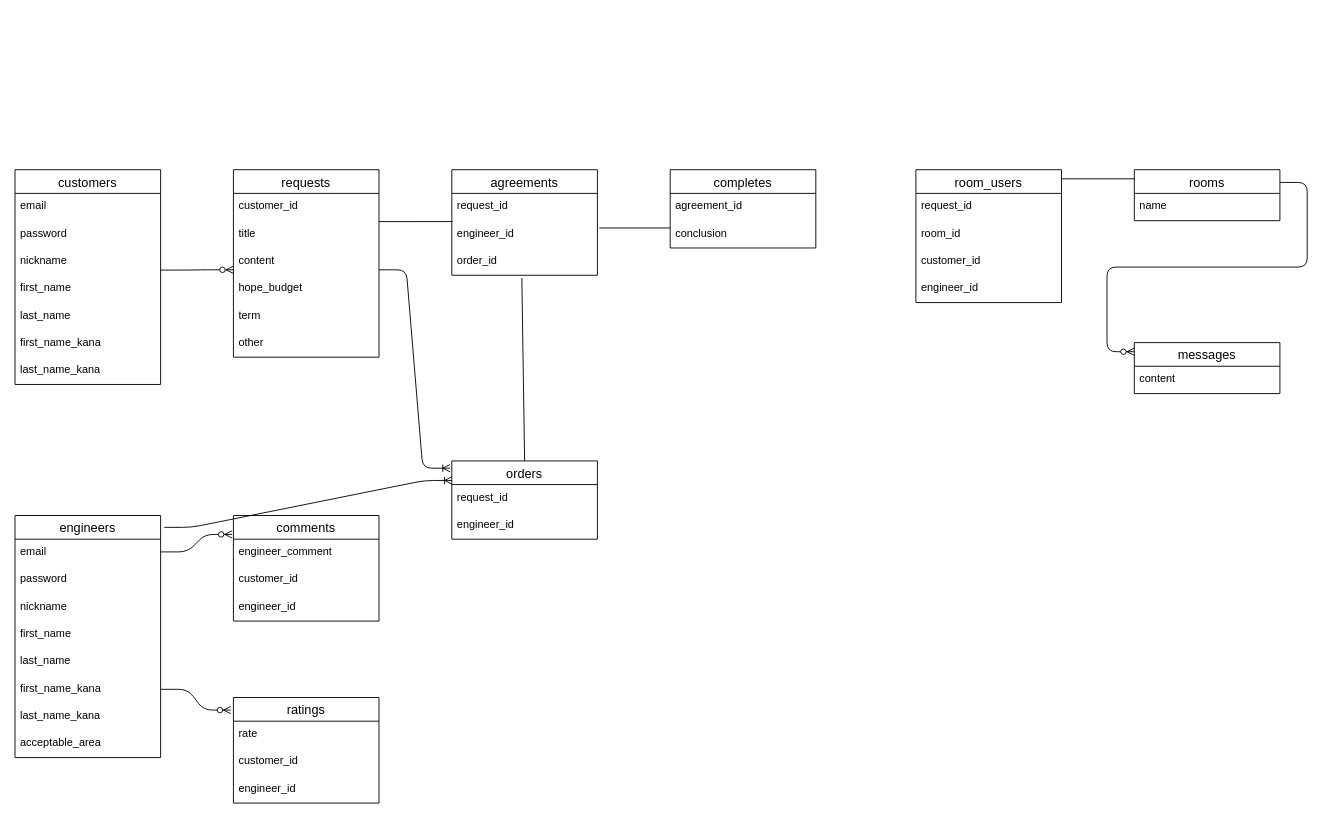
ikun2019/exece_bridge keeps this draw.io diagram as er.dio. Above is the earlier version. Source tidied: cells renumbered, new cells numbered last; positions are measured from the earlier drawing's top-left corner, leaving out a move shared by most shapes. Both pictures are drawn from the tidied source at 91%, with x=0, y=0 at pixel (15, 169).
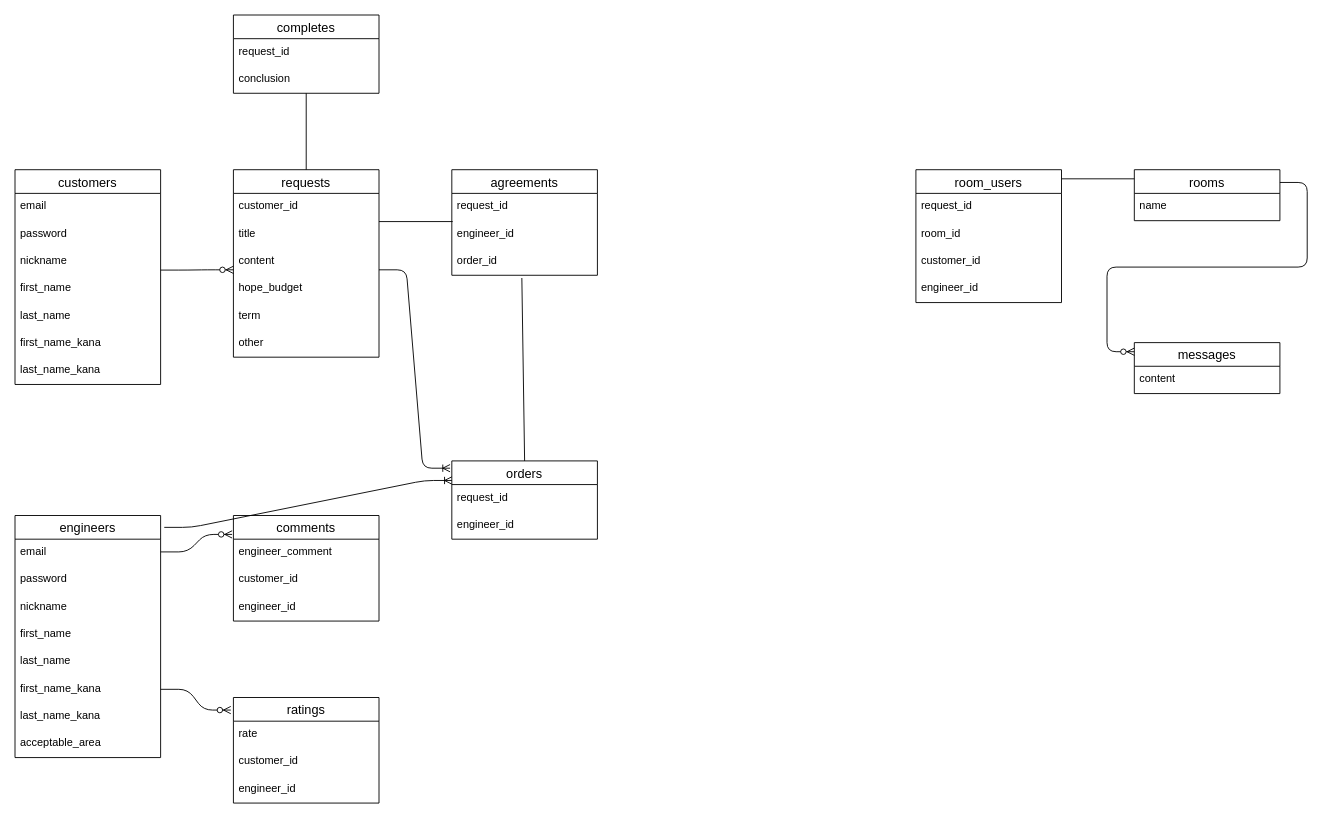
After the change.

Unchanged cells that the change refers to:
```xml
<mxCell id="29" value="requests" style="swimlane;fontStyle=0;horizontal=1;startSize=26;align=center;fontSize=14;" parent="1" vertex="1">
  <mxGeometry x="240" width="160" height="206" as="geometry" />
</mxCell>
<mxCell id="59" value="conclusion" style="text;strokeColor=none;fillColor=none;spacingLeft=4;spacingRight=4;overflow=hidden;points=[[0,0.5],[1,0.5]];portConstraint=eastwest;fontSize=12;" parent="57" vertex="1">
  <mxGeometry y="56" width="160" height="30" as="geometry" />
</mxCell>
```

Change to the diagram source:
```diff
@@
     <mxCell id="57" value="completes" style="swimlane;fontStyle=0;horizontal=1;startSize=26;align=center;fontSize=14;" parent="1" vertex="1">
-      <mxGeometry x="720" width="160" height="86" as="geometry" />
+      <mxGeometry x="240" y="-170" width="160" height="86" as="geometry" />
     </mxCell>
-    <mxCell id="58" value="agreement_id" style="text;strokeColor=none;fillColor=none;spacingLeft=4;spacingRight=4;overflow=hidden;fontSize=12;" parent="57" vertex="1">
+    <mxCell id="58" value="request_id" style="text;strokeColor=none;fillColor=none;spacingLeft=4;spacingRight=4;overflow=hidden;fontSize=12;" parent="57" vertex="1">
       <mxGeometry y="26" width="160" height="30" as="geometry" />
     </mxCell>
@@
-    <mxCell id="61" style="endArrow=none;html=1;rounded=0;entryX=0;entryY=0.267;entryDx=0;entryDy=0;entryPerimeter=0;" parent="1" edge="1" target="59">
-      <mxGeometry relative="1" as="geometry">
-        <mxPoint x="642" y="64" as="sourcePoint" />
-      </mxGeometry>
+    <mxCell id="61" style="endArrow=none;html=1;rounded=0;entryX=0.5;entryY=1;entryDx=0;entryDy=0;entryPerimeter=0;exitX=0.5;exitY=0;exitDx=0;exitDy=0;" parent="1" edge="1" source="29" target="59">
+      <mxGeometry relative="1" as="geometry" />
     </mxCell>
```
